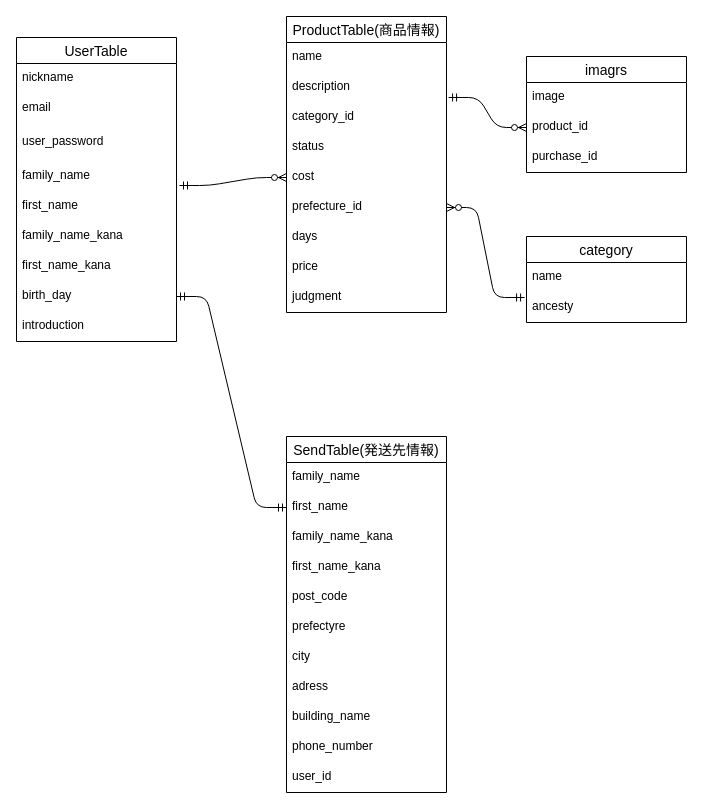
Sk20020822/furima-37952 keeps this draw.io diagram as furima.dio. Above is the earlier version. Source tidied: cells renumbered, new cells numbered last; positions are measured from the earlier drawing's top-left corner, leaving out a move shared by most shapes. Both pictures are drawn from the tidied source at 100%, with x=0, y=0 at pixel (16, 16).
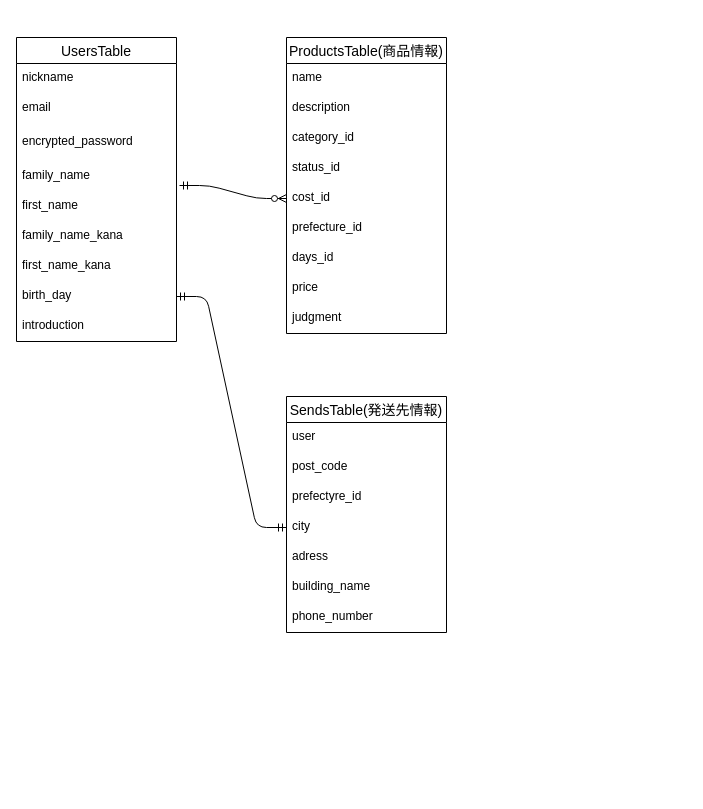
After the change.

The change refers to these unchanged cells:
```xml
<mxCell id="10" value="birth_day" style="text;strokeColor=none;fillColor=none;spacingLeft=4;spacingRight=4;overflow=hidden;points=[[0,0.5],[1,0.5]];portConstraint=eastwest;fontSize=12;" parent="2" vertex="1">
  <mxGeometry y="244" width="160" height="30" as="geometry" />
</mxCell>
<mxCell id="14" value="description" style="text;strokeColor=none;fillColor=none;spacingLeft=4;spacingRight=4;overflow=hidden;points=[[0,0.5],[1,0.5]];portConstraint=eastwest;fontSize=12;" parent="12" vertex="1">
  <mxGeometry y="56" width="160" height="30" as="geometry" />
</mxCell>
<mxCell id="18" value="prefecture_id" style="text;strokeColor=none;fillColor=none;spacingLeft=4;spacingRight=4;overflow=hidden;points=[[0,0.5],[1,0.5]];portConstraint=eastwest;fontSize=12;" parent="12" vertex="1">
  <mxGeometry y="176" width="160" height="30" as="geometry" />
</mxCell>
```

Change to the diagram source:
```diff
@@
-    <mxCell id="2" value="UserTable" style="swimlane;fontStyle=0;horizontal=1;startSize=26;align=center;fontSize=14;swimlaneLine=1;" parent="1" vertex="1">
+    <mxCell id="2" value="UsersTable" style="swimlane;fontStyle=0;horizontal=1;startSize=26;align=center;fontSize=14;swimlaneLine=1;" parent="1" vertex="1">
       <mxGeometry y="21" width="160" height="304" as="geometry" />
     </mxCell>
@@
-    <mxCell id="5" value="user_password" style="text;strokeColor=none;fillColor=none;spacingLeft=4;spacingRight=4;overflow=hidden;fontSize=12;verticalAlign=top;horizontal=1;" parent="2" vertex="1">
-      <mxGeometry y="90" width="160" height="34" as="geometry" />
-    </mxCell>
+    <mxCell id="45" value="encrypted_password" style="text;strokeColor=none;fillColor=none;spacingLeft=4;spacingRight=4;overflow=hidden;fontSize=12;verticalAlign=top;horizontal=1;" parent="2" vertex="1">
+      <mxGeometry y="90" width="160" height="34" as="geometry" />
+    </mxCell>
@@
-    <mxCell id="12" value="ProductTable(商品情報)" style="swimlane;fontStyle=0;horizontal=1;startSize=26;align=center;fontSize=14;" parent="1" vertex="1">
-      <mxGeometry x="270" width="160" height="296" as="geometry" />
+    <mxCell id="12" value="ProductsTable(商品情報)" style="swimlane;fontStyle=0;horizontal=1;startSize=26;align=center;fontSize=14;" parent="1" vertex="1">
+      <mxGeometry x="270" y="21" width="160" height="296" as="geometry" />
     </mxCell>
@@
-    <mxCell id="16" value="status" style="text;strokeColor=none;fillColor=none;spacingLeft=4;spacingRight=4;overflow=hidden;fontSize=12;" parent="12" vertex="1">
+    <mxCell id="16" value="status_id" style="text;strokeColor=none;fillColor=none;spacingLeft=4;spacingRight=4;overflow=hidden;fontSize=12;" parent="12" vertex="1">
       <mxGeometry y="116" width="160" height="30" as="geometry" />
     </mxCell>
-    <mxCell id="17" value="cost" style="text;strokeColor=none;fillColor=none;spacingLeft=4;spacingRight=4;overflow=hidden;points=[[0,0.5],[1,0.5]];portConstraint=eastwest;fontSize=12;" parent="12" vertex="1">
+    <mxCell id="17" value="cost_id" style="text;strokeColor=none;fillColor=none;spacingLeft=4;spacingRight=4;overflow=hidden;points=[[0,0.5],[1,0.5]];portConstraint=eastwest;fontSize=12;" parent="12" vertex="1">
       <mxGeometry y="146" width="160" height="30" as="geometry" />
     </mxCell>
@@
-    <mxCell id="19" value="days" style="text;strokeColor=none;fillColor=none;spacingLeft=4;spacingRight=4;overflow=hidden;fontSize=12;" parent="12" vertex="1">
+    <mxCell id="19" value="days_id" style="text;strokeColor=none;fillColor=none;spacingLeft=4;spacingRight=4;overflow=hidden;fontSize=12;" parent="12" vertex="1">
       <mxGeometry y="206" width="160" height="30" as="geometry" />
     </mxCell>
@@
-    <mxCell id="22" value="SendTable(発送先情報)" style="swimlane;fontStyle=0;horizontal=1;startSize=26;align=center;fontSize=14;" parent="1" vertex="1">
-      <mxGeometry x="270" y="420" width="160" height="356" as="geometry" />
+    <mxCell id="22" value="SendsTable(発送先情報)" style="swimlane;fontStyle=0;horizontal=1;startSize=26;align=center;fontSize=14;" parent="1" vertex="1">
+      <mxGeometry x="270" y="380" width="160" height="236" as="geometry" />
     </mxCell>
-    <mxCell id="23" value="family_name&#10;" style="text;strokeColor=none;fillColor=none;spacingLeft=4;spacingRight=4;overflow=hidden;fontSize=12;" parent="22" vertex="1">
-      <mxGeometry y="26" width="160" height="30" as="geometry" />
-    </mxCell>
-    <mxCell id="24" value="first_name&#10;" style="text;strokeColor=none;fillColor=none;spacingLeft=4;spacingRight=4;overflow=hidden;points=[[0,0.5],[1,0.5]];portConstraint=eastwest;fontSize=12;" parent="22" vertex="1">
-      <mxGeometry y="56" width="160" height="30" as="geometry" />
-    </mxCell>
-    <mxCell id="25" value="family_name_kana" style="text;strokeColor=none;fillColor=none;spacingLeft=4;spacingRight=4;overflow=hidden;fontSize=12;" parent="22" vertex="1">
-      <mxGeometry y="86" width="160" height="30" as="geometry" />
-    </mxCell>
-    <mxCell id="26" value="first_name_kana" style="text;strokeColor=none;fillColor=none;spacingLeft=4;spacingRight=4;overflow=hidden;fontSize=12;" parent="22" vertex="1">
-      <mxGeometry y="116" width="160" height="30" as="geometry" />
-    </mxCell>
+    <mxCell id="33" value="user" style="text;strokeColor=none;fillColor=none;spacingLeft=4;spacingRight=4;overflow=hidden;fontSize=12;" parent="22" vertex="1">
+      <mxGeometry y="26" width="160" height="30" as="geometry" />
+    </mxCell>
     <mxCell id="27" value="post_code" style="text;strokeColor=none;fillColor=none;spacingLeft=4;spacingRight=4;overflow=hidden;fontSize=12;" parent="22" vertex="1">
-      <mxGeometry y="146" width="160" height="30" as="geometry" />
+      <mxGeometry y="56" width="160" height="30" as="geometry" />
     </mxCell>
-    <mxCell id="28" value="prefectyre" style="text;strokeColor=none;fillColor=none;spacingLeft=4;spacingRight=4;overflow=hidden;fontSize=12;" parent="22" vertex="1">
-      <mxGeometry y="176" width="160" height="30" as="geometry" />
+    <mxCell id="28" value="prefectyre_id" style="text;strokeColor=none;fillColor=none;spacingLeft=4;spacingRight=4;overflow=hidden;fontSize=12;" parent="22" vertex="1">
+      <mxGeometry y="86" width="160" height="30" as="geometry" />
     </mxCell>
     <mxCell id="29" value="city" style="text;strokeColor=none;fillColor=none;spacingLeft=4;spacingRight=4;overflow=hidden;points=[[0,0.5],[1,0.5]];portConstraint=eastwest;fontSize=12;" parent="22" vertex="1">
-      <mxGeometry y="206" width="160" height="30" as="geometry" />
+      <mxGeometry y="116" width="160" height="30" as="geometry" />
     </mxCell>
     <mxCell id="30" value="adress" style="text;strokeColor=none;fillColor=none;spacingLeft=4;spacingRight=4;overflow=hidden;fontSize=12;" parent="22" vertex="1">
-      <mxGeometry y="236" width="160" height="30" as="geometry" />
+      <mxGeometry y="146" width="160" height="30" as="geometry" />
     </mxCell>
     <mxCell id="31" value="building_name" style="text;strokeColor=none;fillColor=none;spacingLeft=4;spacingRight=4;overflow=hidden;fontSize=12;" parent="22" vertex="1">
-      <mxGeometry y="266" width="160" height="30" as="geometry" />
+      <mxGeometry y="176" width="160" height="30" as="geometry" />
     </mxCell>
     <mxCell id="32" value="phone_number" style="text;strokeColor=none;fillColor=none;spacingLeft=4;spacingRight=4;overflow=hidden;fontSize=12;" parent="22" vertex="1">
-      <mxGeometry y="296" width="160" height="30" as="geometry" />
+      <mxGeometry y="206" width="160" height="30" as="geometry" />
     </mxCell>
-    <mxCell id="33" value="user_id" style="text;strokeColor=none;fillColor=none;spacingLeft=4;spacingRight=4;overflow=hidden;fontSize=12;" parent="22" vertex="1">
-      <mxGeometry y="326" width="160" height="30" as="geometry" />
-    </mxCell>
-    <mxCell id="34" style="edgeStyle=entityRelationEdgeStyle;fontSize=12;html=1;endArrow=ERmandOne;startArrow=ERmandOne;entryX=1;entryY=0.5;entryDx=0;entryDy=0;exitX=0;exitY=0.5;exitDx=0;exitDy=0;" parent="1" edge="1" source="24" target="10">
+    <mxCell id="34" style="edgeStyle=entityRelationEdgeStyle;fontSize=12;html=1;endArrow=ERmandOne;startArrow=ERmandOne;entryX=1;entryY=0.5;entryDx=0;entryDy=0;exitX=0;exitY=0.5;exitDx=0;exitDy=0;" parent="1" edge="1" source="29" target="10">
       <mxGeometry relative="1" as="geometry" />
     </mxCell>
@@
-    <mxCell id="36" value="imagrs" style="swimlane;fontStyle=0;horizontal=1;startSize=26;align=center;fontSize=14;" parent="1" vertex="1">
-      <mxGeometry x="510" y="40" width="160" height="116" as="geometry" />
-    </mxCell>
-    <mxCell id="37" value="image" style="text;strokeColor=none;fillColor=none;spacingLeft=4;spacingRight=4;overflow=hidden;fontSize=12;" parent="36" vertex="1">
-      <mxGeometry y="26" width="160" height="30" as="geometry" />
-    </mxCell>
-    <mxCell id="38" value="product_id" style="text;strokeColor=none;fillColor=none;spacingLeft=4;spacingRight=4;overflow=hidden;points=[[0,0.5],[1,0.5]];portConstraint=eastwest;fontSize=12;" parent="36" vertex="1">
-      <mxGeometry y="56" width="160" height="30" as="geometry" />
-    </mxCell>
-    <mxCell id="39" value="purchase_id" style="text;strokeColor=none;fillColor=none;spacingLeft=4;spacingRight=4;overflow=hidden;fontSize=12;" parent="36" vertex="1">
-      <mxGeometry y="86" width="160" height="30" as="geometry" />
-    </mxCell>
-    <mxCell id="40" style="edgeStyle=entityRelationEdgeStyle;fontSize=12;html=1;endArrow=ERzeroToMany;startArrow=ERmandOne;entryX=0;entryY=0.5;entryDx=0;entryDy=0;exitX=1.013;exitY=0.833;exitDx=0;exitDy=0;exitPerimeter=0;" parent="1" edge="1" source="14" target="38">
-      <mxGeometry relative="1" as="geometry" />
-    </mxCell>
-    <mxCell id="41" value="category" style="swimlane;fontStyle=0;horizontal=1;startSize=26;align=center;fontSize=14;" parent="1" vertex="1">
-      <mxGeometry x="510" y="220" width="160" height="86" as="geometry" />
-    </mxCell>
-    <mxCell id="42" value="name" style="text;strokeColor=none;fillColor=none;spacingLeft=4;spacingRight=4;overflow=hidden;fontSize=12;" parent="41" vertex="1">
-      <mxGeometry y="26" width="160" height="30" as="geometry" />
-    </mxCell>
-    <mxCell id="43" value="ancesty" style="text;strokeColor=none;fillColor=none;spacingLeft=4;spacingRight=4;overflow=hidden;points=[[0,0.5],[1,0.5]];portConstraint=eastwest;fontSize=12;" parent="41" vertex="1">
-      <mxGeometry y="56" width="160" height="30" as="geometry" />
-    </mxCell>
-    <mxCell id="44" style="edgeStyle=entityRelationEdgeStyle;fontSize=12;html=1;endArrow=ERzeroToMany;startArrow=ERmandOne;entryX=1;entryY=0.5;entryDx=0;entryDy=0;exitX=-0.012;exitY=0.167;exitDx=0;exitDy=0;exitPerimeter=0;" parent="1" edge="1" source="43" target="18">
-      <mxGeometry relative="1" as="geometry" />
-    </mxCell>
```
